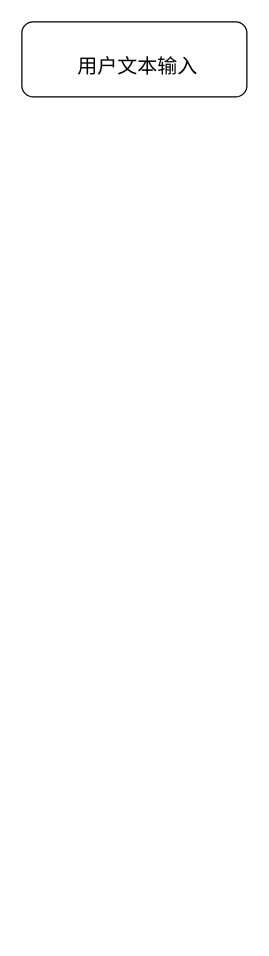
zhongjiaguo/vits_with_chatgpt-gpt3 keeps this draw.io diagram as 未命名绘图.drawio. Above is the earlier version. Source tidied: cells renumbered, new cells numbered last; positions are measured from the earlier drawing's top-left corner, leaving out a move shared by most shapes. Both pictures are drawn from the tidied source at 125%, with x=0, y=0 at pixel (21, 21).
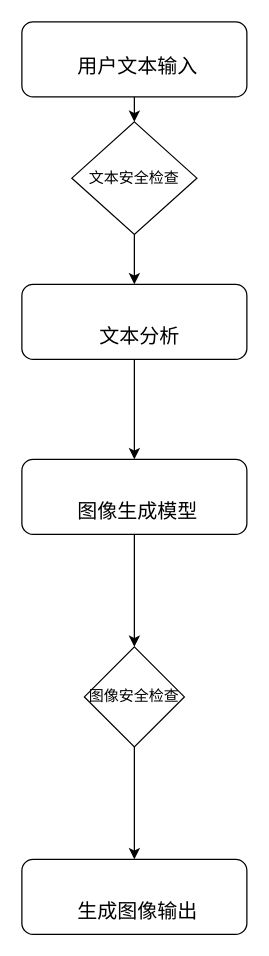
Above is the later version.

Commit message (it also covers changes not shown here):
更新未命名绘图.drawio

What changed in the source:
```diff
@@
 <mxGraphModel>
   <root>
     <mxCell id="0" />
     <mxCell id="1" parent="0" />
+    <mxCell id="3" style="edgeStyle=orthogonalEdgeStyle;rounded=0;jettySize=auto;html=1;exitX=0.5;exitY=1;exitDx=0;exitDy=0;entryX=0.5;entryY=0;entryDx=0;entryDy=0;" parent="1" edge="1" source="2" target="10">
+      <mxGeometry relative="1" as="geometry" />
+    </mxCell>
     <mxCell id="2" value="&lt;p style=&quot;line-height: 32px; text-indent: 1.13cm; margin-bottom: 0cm; direction: ltr; background: transparent; font-family: 仿宋_GB2312;&quot; class=&quot;cjk&quot;&gt;&lt;font style=&quot;font-size: 16px;&quot;&gt;用户文本输入&lt;/font&gt;&lt;/p&gt;" style="rounded=1;whiteSpace=wrap;html=1;align=left;" parent="1" vertex="1">
       <mxGeometry width="180" height="60" as="geometry" />
     </mxCell>
+    <mxCell id="4" style="edgeStyle=orthogonalEdgeStyle;rounded=0;jettySize=auto;html=1;exitX=0.5;exitY=1;exitDx=0;exitDy=0;entryX=0.5;entryY=0;entryDx=0;entryDy=0;" parent="1" edge="1" source="5" target="7">
+      <mxGeometry relative="1" as="geometry" />
+    </mxCell>
+    <mxCell id="5" value="&lt;p style=&quot;line-height: 32px; text-indent: 1.13cm; margin-bottom: 0cm; direction: ltr; background: transparent; font-family: 仿宋_GB2312; font-size: 16pt;&quot; class=&quot;cjk&quot;&gt;&lt;font style=&quot;font-size: 12pt;&quot;&gt;&amp;nbsp; &amp;nbsp; 文本分析&lt;/font&gt;&lt;/p&gt;" style="rounded=1;whiteSpace=wrap;html=1;align=left;" parent="1" vertex="1">
+      <mxGeometry y="210" width="180" height="60" as="geometry" />
+    </mxCell>
+    <mxCell id="6" style="edgeStyle=orthogonalEdgeStyle;rounded=0;jettySize=auto;html=1;exitX=0.5;exitY=1;exitDx=0;exitDy=0;entryX=0.5;entryY=0;entryDx=0;entryDy=0;" parent="1" edge="1" source="7" target="12">
+      <mxGeometry relative="1" as="geometry" />
+    </mxCell>
+    <mxCell id="7" value="&lt;p style=&quot;line-height: 32px; text-align: justify; text-indent: 1.13cm; margin-bottom: 0cm; direction: ltr; background: transparent; font-family: 仿宋_GB2312; font-size: 16pt;&quot; class=&quot;cjk&quot;&gt;&lt;font style=&quot;font-size: 12pt;&quot;&gt;图像生成模型&lt;/font&gt;&lt;/p&gt;" style="rounded=1;whiteSpace=wrap;html=1;align=left;" parent="1" vertex="1">
+      <mxGeometry y="350" width="180" height="60" as="geometry" />
+    </mxCell>
+    <mxCell id="8" value="&lt;p style=&quot;line-height: 32px; text-align: justify; text-indent: 1.13cm; margin-bottom: 0cm; direction: ltr; background: transparent; font-family: 仿宋_GB2312; font-size: 16pt;&quot; class=&quot;cjk&quot;&gt;&lt;font style=&quot;font-size: 12pt;&quot;&gt;生成图像输出&lt;/font&gt;&lt;/p&gt;" style="rounded=1;whiteSpace=wrap;html=1;align=left;" parent="1" vertex="1">
+      <mxGeometry y="670" width="180" height="60" as="geometry" />
+    </mxCell>
+    <mxCell id="9" style="edgeStyle=orthogonalEdgeStyle;rounded=0;jettySize=auto;html=1;exitX=0.5;exitY=1;exitDx=0;exitDy=0;entryX=0.5;entryY=0;entryDx=0;entryDy=0;" parent="1" edge="1" source="10" target="5">
+      <mxGeometry relative="1" as="geometry" />
+    </mxCell>
+    <mxCell id="10" value="文本安全检查" style="rhombus;whiteSpace=wrap;html=1;" parent="1" vertex="1">
+      <mxGeometry x="40" y="80" width="100" height="90" as="geometry" />
+    </mxCell>
+    <mxCell id="11" style="edgeStyle=orthogonalEdgeStyle;rounded=0;jettySize=auto;html=1;exitX=0.5;exitY=1;exitDx=0;exitDy=0;entryX=0.5;entryY=0;entryDx=0;entryDy=0;" parent="1" edge="1" source="12" target="8">
+      <mxGeometry relative="1" as="geometry" />
+    </mxCell>
+    <mxCell id="12" value="图像安全检查" style="rhombus;whiteSpace=wrap;html=1;" parent="1" vertex="1">
+      <mxGeometry x="50" y="500" width="80" height="80" as="geometry" />
+    </mxCell>
   </root>
 </mxGraphModel>
```
